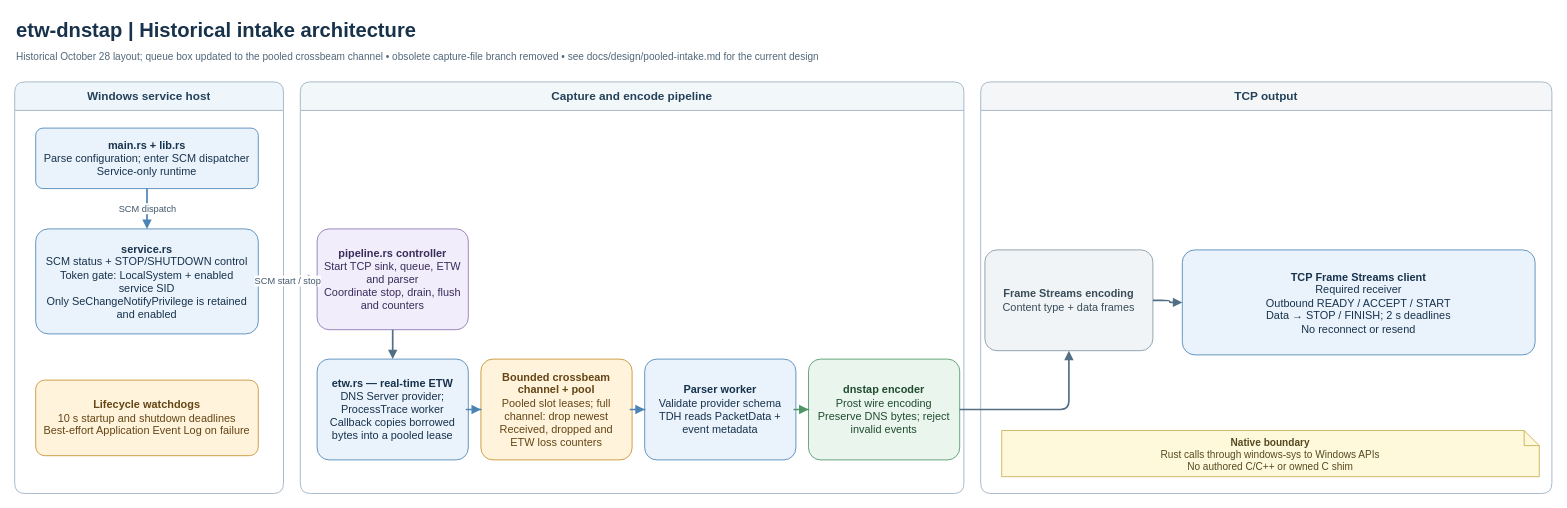
Earlier version of the draw.io diagram docs/design/diagrams/code-architecture.drawio (miketheitguy/etw-dnstap). Source tidied: cells renumbered, new cells numbered last; positions are measured from the earlier drawing's top-left corner, leaving out a move shared by most shapes. Both pictures are drawn from the tidied source at 84%, with x=0, y=0 at pixel (14, 14).
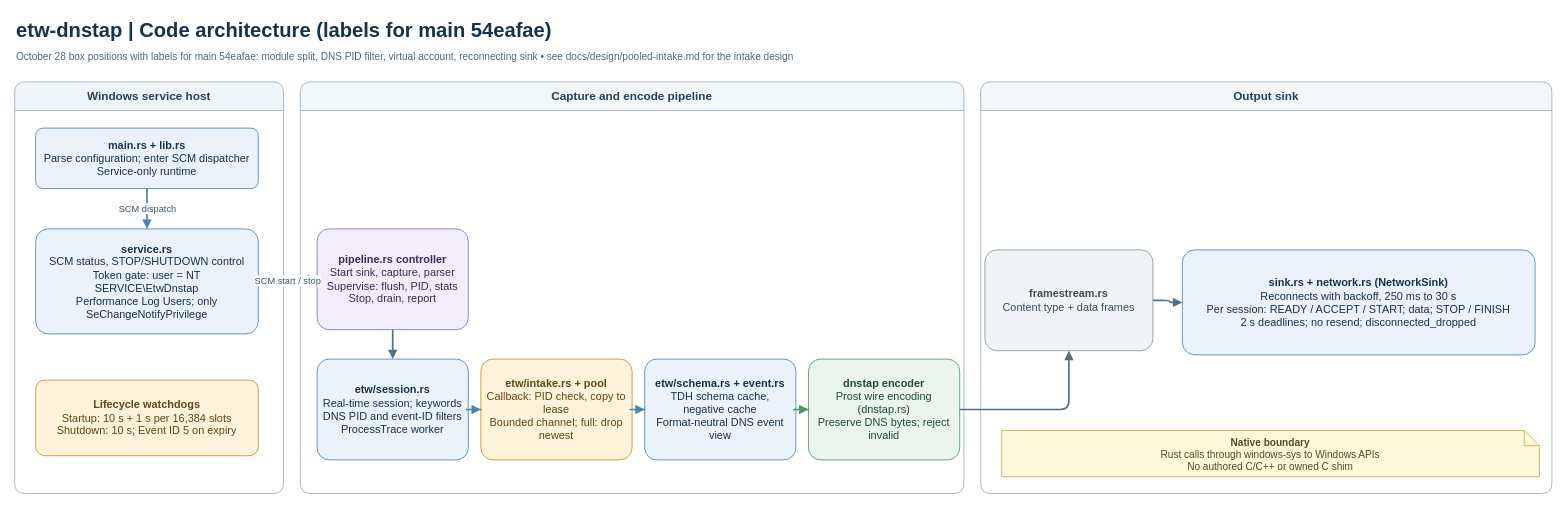
After the change.

The edit, as a diff of the source:
```diff
@@
-    <mxCell id="2" value="etw-dnstap | Historical intake architecture" style="text;align=left;verticalAlign=middle;fontSize=24;fontStyle=1;fontColor=#18324b;html=1;whiteSpace=wrap;overflow=hidden;" parent="1" vertex="1">
+    <mxCell id="2" value="etw-dnstap | Code architecture (labels for main 54eafae)" style="text;align=left;verticalAlign=middle;fontSize=24;fontStyle=1;fontColor=#18324b;html=1;whiteSpace=wrap;overflow=hidden;" parent="1" vertex="1">
       <mxGeometry width="1820" height="38" as="geometry" />
     </mxCell>
-    <mxCell id="3" value="Historical October 28 layout; queue box updated to the pooled crossbeam channel • obsolete capture-file branch removed • see docs/design/pooled-intake.md for the current design" style="text;align=left;verticalAlign=middle;fontSize=12;fontColor=#526779;html=1;whiteSpace=wrap;overflow=hidden;" parent="1" vertex="1">
+    <mxCell id="3" value="October 28 box positions with labels for main 54eafae: module split, DNS PID filter, virtual account, reconnecting sink • see docs/design/pooled-intake.md for the intake design" style="text;align=left;verticalAlign=middle;fontSize=12;fontColor=#526779;html=1;whiteSpace=wrap;overflow=hidden;" parent="1" vertex="1">
       <mxGeometry y="38" width="1820" height="25" as="geometry" />
     </mxCell>
@@
-    <mxCell id="6" value="TCP output" style="swimlane;startSize=34;rounded=1;arcSize=12;fillColor=#f4f6f8;swimlaneFillColor=#ffffff;strokeColor=#9aafc1;fontColor=#24415a;fontStyle=1;fontSize=14;html=1;whiteSpace=wrap;overflow=hidden;" parent="1" vertex="1">
+    <mxCell id="6" value="Output sink" style="swimlane;startSize=34;rounded=1;arcSize=12;fillColor=#f4f6f8;swimlaneFillColor=#ffffff;strokeColor=#9aafc1;fontColor=#24415a;fontStyle=1;fontSize=14;html=1;whiteSpace=wrap;overflow=hidden;" parent="1" vertex="1">
       <mxGeometry x="1150" y="80" width="680" height="490" as="geometry" />
     </mxCell>
@@
-    <mxCell id="8" value="&lt;b&gt;service.rs&lt;/b&gt;&lt;br&gt;SCM status + STOP/SHUTDOWN control&lt;br&gt;Token gate: LocalSystem + enabled service SID&lt;br&gt;Only SeChangeNotifyPrivilege is retained and enabled" style="rounded=1;arcSize=12;fillColor=#eaf3fb;strokeColor=#4b84b5;fontColor=#17324d;fontSize=13;spacing=8;html=1;whiteSpace=wrap;overflow=hidden;" parent="1" vertex="1">
+    <mxCell id="8" value="&lt;b&gt;service.rs&lt;/b&gt;&lt;br&gt;SCM status, STOP/SHUTDOWN control&lt;br&gt;Token gate: user = NT SERVICE\EtwDnstap&lt;br&gt;Performance Log Users; only SeChangeNotifyPrivilege" style="rounded=1;arcSize=12;fillColor=#eaf3fb;strokeColor=#4b84b5;fontColor=#17324d;fontSize=13;spacing=8;html=1;whiteSpace=wrap;overflow=hidden;" parent="1" vertex="1">
       <mxGeometry x="25" y="255" width="265" height="125" as="geometry" />
     </mxCell>
-    <mxCell id="9" value="&lt;b&gt;Lifecycle watchdogs&lt;/b&gt;&lt;br&gt;10 s startup and shutdown deadlines&lt;br&gt;Best-effort Application Event Log on failure" style="rounded=1;arcSize=12;fillColor=#fff3db;strokeColor=#c6902d;fontColor=#644516;fontSize=13;spacing=8;html=1;whiteSpace=wrap;overflow=hidden;" parent="1" vertex="1">
+    <mxCell id="9" value="&lt;b&gt;Lifecycle watchdogs&lt;/b&gt;&lt;br&gt;Startup: 10 s + 1 s per 16,384 slots&lt;br&gt;Shutdown: 10 s; Event ID 5 on expiry" style="rounded=1;arcSize=12;fillColor=#fff3db;strokeColor=#c6902d;fontColor=#644516;fontSize=13;spacing=8;html=1;whiteSpace=wrap;overflow=hidden;" parent="1" vertex="1">
       <mxGeometry x="25" y="435" width="265" height="90" as="geometry" />
     </mxCell>
-    <mxCell id="10" value="&lt;b&gt;pipeline.rs controller&lt;/b&gt;&lt;br&gt;Start TCP sink, queue, ETW and parser&lt;br&gt;Coordinate stop, drain, flush and counters" style="rounded=1;arcSize=12;fillColor=#f1edfa;strokeColor=#8974b4;fontColor=#392d5b;fontSize=13;spacing=8;html=1;whiteSpace=wrap;overflow=hidden;" parent="1" vertex="1">
+    <mxCell id="10" value="&lt;b&gt;pipeline.rs controller&lt;/b&gt;&lt;br&gt;Start sink, capture, parser&lt;br&gt;Supervise: flush, PID, stats&lt;br&gt;Stop, drain, report" style="rounded=1;arcSize=12;fillColor=#f1edfa;strokeColor=#8974b4;fontColor=#392d5b;fontSize=13;spacing=8;html=1;whiteSpace=wrap;overflow=hidden;" parent="1" vertex="1">
       <mxGeometry x="360" y="255" width="180" height="120" as="geometry" />
     </mxCell>
-    <mxCell id="11" value="&lt;b&gt;etw.rs — real-time ETW&lt;/b&gt;&lt;br&gt;DNS Server provider; ProcessTrace worker&lt;br&gt;Callback copies borrowed bytes into a pooled lease" style="rounded=1;arcSize=12;fillColor=#eaf3fb;strokeColor=#4b84b5;fontColor=#17324d;fontSize=13;spacing=8;html=1;whiteSpace=wrap;overflow=hidden;" parent="1" vertex="1">
+    <mxCell id="11" value="&lt;b&gt;etw/session.rs&lt;/b&gt;&lt;br&gt;Real-time session; keywords&lt;br&gt;DNS PID and event-ID filters&lt;br&gt;ProcessTrace worker" style="rounded=1;arcSize=12;fillColor=#eaf3fb;strokeColor=#4b84b5;fontColor=#17324d;fontSize=13;spacing=8;html=1;whiteSpace=wrap;overflow=hidden;" parent="1" vertex="1">
       <mxGeometry x="360" y="410" width="180" height="120" as="geometry" />
     </mxCell>
-    <mxCell id="12" value="&lt;b&gt;Bounded crossbeam channel + pool&lt;/b&gt;&lt;br&gt;Pooled slot leases; full channel: drop newest&lt;br&gt;Received, dropped and ETW loss counters" style="rounded=1;arcSize=12;fillColor=#fff3db;strokeColor=#c6902d;fontColor=#644516;fontSize=13;spacing=8;html=1;whiteSpace=wrap;overflow=hidden;" parent="1" vertex="1">
+    <mxCell id="12" value="&lt;b&gt;etw/intake.rs + pool&lt;/b&gt;&lt;br&gt;Callback: PID check, copy to lease&lt;br&gt;Bounded channel; full: drop newest" style="rounded=1;arcSize=12;fillColor=#fff3db;strokeColor=#c6902d;fontColor=#644516;fontSize=13;spacing=8;html=1;whiteSpace=wrap;overflow=hidden;" parent="1" vertex="1">
       <mxGeometry x="555" y="410" width="180" height="120" as="geometry" />
     </mxCell>
-    <mxCell id="13" value="&lt;b&gt;Parser worker&lt;/b&gt;&lt;br&gt;Validate provider schema&lt;br&gt;TDH reads PacketData + event metadata" style="rounded=1;arcSize=12;fillColor=#eaf3fb;strokeColor=#4b84b5;fontColor=#17324d;fontSize=13;spacing=8;html=1;whiteSpace=wrap;overflow=hidden;" parent="1" vertex="1">
+    <mxCell id="13" value="&lt;b&gt;etw/schema.rs + event.rs&lt;/b&gt;&lt;br&gt;TDH schema cache, negative cache&lt;br&gt;Format-neutral DNS event view" style="rounded=1;arcSize=12;fillColor=#eaf3fb;strokeColor=#4b84b5;fontColor=#17324d;fontSize=13;spacing=8;html=1;whiteSpace=wrap;overflow=hidden;" parent="1" vertex="1">
       <mxGeometry x="750" y="410" width="180" height="120" as="geometry" />
     </mxCell>
-    <mxCell id="14" value="&lt;b&gt;dnstap encoder&lt;/b&gt;&lt;br&gt;Prost wire encoding&lt;br&gt;Preserve DNS bytes; reject invalid events" style="rounded=1;arcSize=12;fillColor=#e9f5ed;strokeColor=#4f9567;fontColor=#214c30;fontSize=13;spacing=8;html=1;whiteSpace=wrap;overflow=hidden;" parent="1" vertex="1">
+    <mxCell id="14" value="&lt;b&gt;dnstap encoder&lt;/b&gt;&lt;br&gt;Prost wire encoding (dnstap.rs)&lt;br&gt;Preserve DNS bytes; reject invalid" style="rounded=1;arcSize=12;fillColor=#e9f5ed;strokeColor=#4f9567;fontColor=#214c30;fontSize=13;spacing=8;html=1;whiteSpace=wrap;overflow=hidden;" parent="1" vertex="1">
       <mxGeometry x="945" y="410" width="180" height="120" as="geometry" />
     </mxCell>
-    <mxCell id="15" value="&lt;b&gt;TCP Frame Streams client&lt;/b&gt;&lt;br&gt;Required receiver&lt;br&gt;Outbound READY / ACCEPT / START&lt;br&gt;Data → STOP / FINISH; 2 s deadlines&lt;br&gt;No reconnect or resend" style="rounded=1;arcSize=12;fillColor=#eaf3fb;strokeColor=#4b84b5;fontColor=#17324d;fontSize=13;spacing=8;html=1;whiteSpace=wrap;overflow=hidden;" parent="1" vertex="1">
+    <mxCell id="15" value="&lt;b&gt;sink.rs + network.rs (NetworkSink)&lt;/b&gt;&lt;br&gt;Reconnects with backoff, 250 ms to 30 s&lt;br&gt;Per session: READY / ACCEPT / START; data; STOP / FINISH&lt;br&gt;2 s deadlines; no resend; disconnected_dropped" style="rounded=1;arcSize=12;fillColor=#eaf3fb;strokeColor=#4b84b5;fontColor=#17324d;fontSize=13;spacing=8;html=1;whiteSpace=wrap;overflow=hidden;" parent="1" vertex="1">
       <mxGeometry x="1390" y="280" width="420" height="125" as="geometry" />
     </mxCell>
@@
-    <mxCell id="23" value="&lt;b&gt;Frame Streams encoding&lt;/b&gt;&lt;br&gt;Content type + data frames" style="rounded=1;arcSize=12;fillColor=#f1f4f6;strokeColor=#8395a3;fontColor=#394c59;fontSize=13;spacing=8;html=1;whiteSpace=wrap;overflow=hidden;" parent="1" vertex="1">
+    <mxCell id="23" value="&lt;b&gt;framestream.rs&lt;/b&gt;&lt;br&gt;Content type + data frames" style="rounded=1;arcSize=12;fillColor=#f1f4f6;strokeColor=#8395a3;fontColor=#394c59;fontSize=13;spacing=8;html=1;whiteSpace=wrap;overflow=hidden;" parent="1" vertex="1">
       <mxGeometry x="1155" y="280" width="200" height="120" as="geometry" />
     </mxCell>
```
